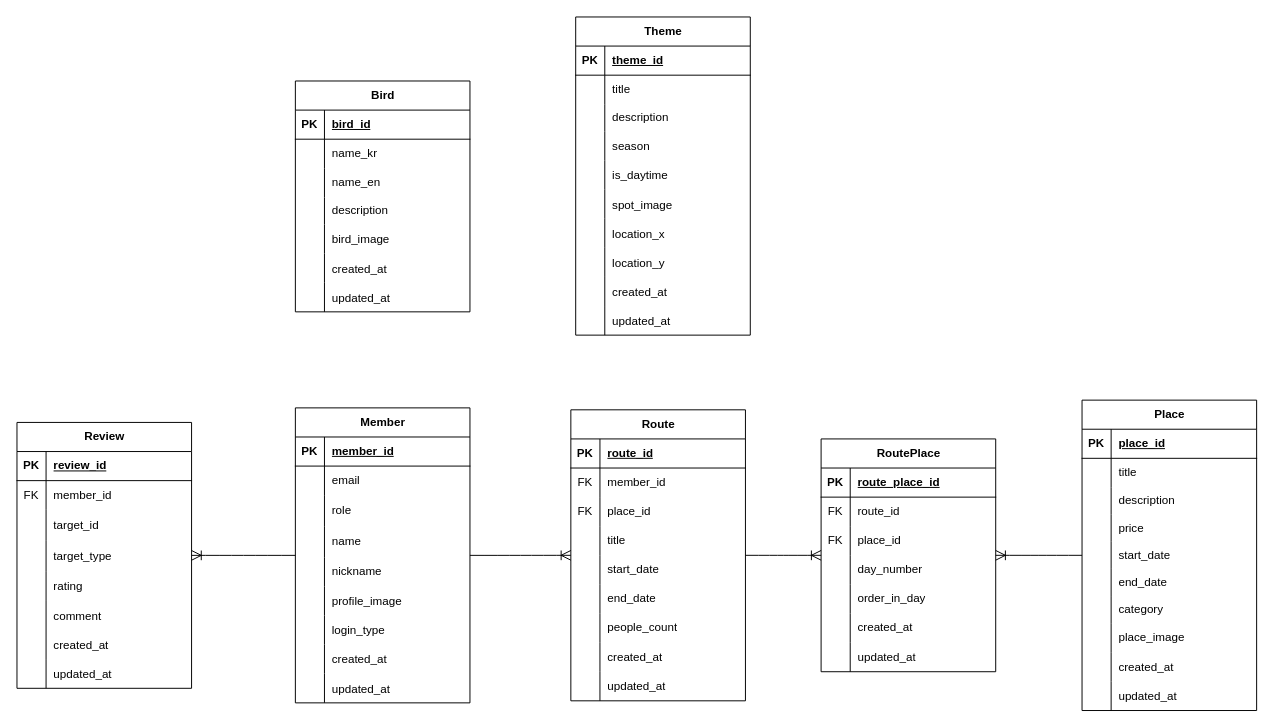
2025-Tourism-Data-Utilization-Contest/ERD keeps this draw.io diagram as ShowingERD.drawio. Above is the earlier version. Source tidied: cells renumbered, new cells numbered last; positions are measured from the earlier drawing's top-left corner, leaving out a move shared by most shapes. Both pictures are drawn from the tidied source at 97%, with x=0, y=0 at pixel (16, 16).
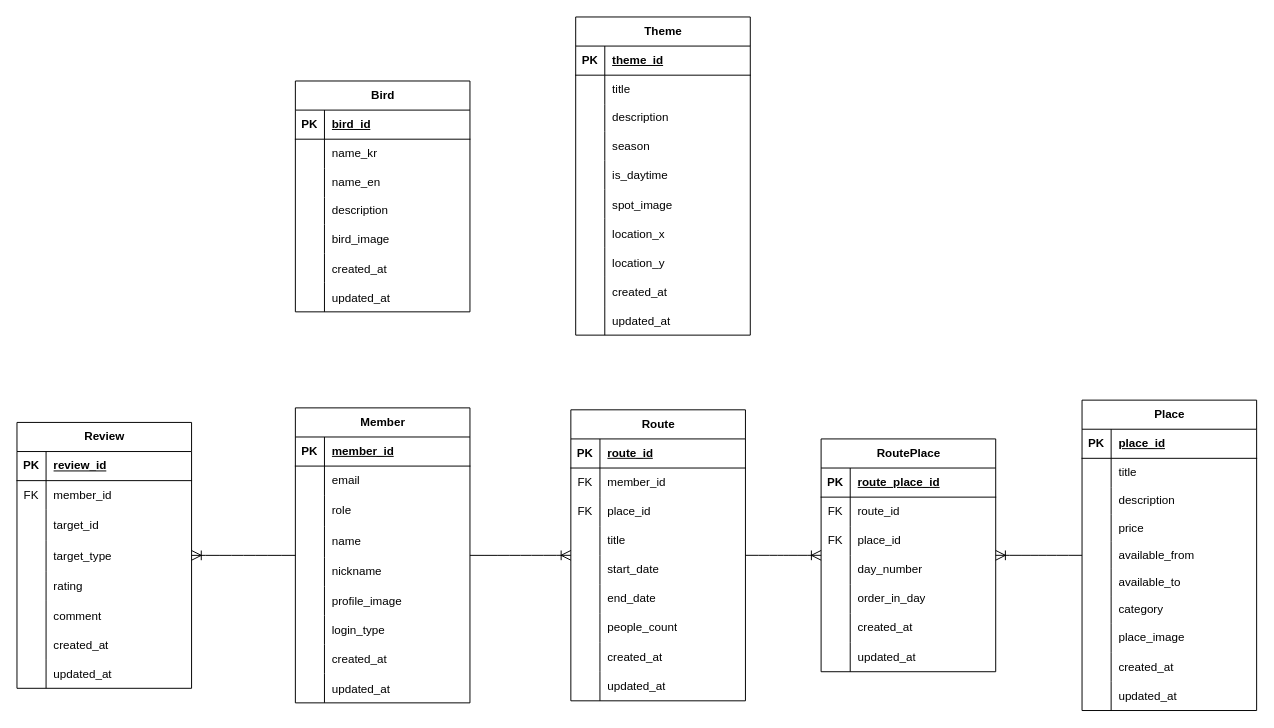
After the change.

Commit message:
docs: 장소 이용 가능일 및 종료일 필드명 변경

Unchanged cells that the change refers to:
```xml
<mxCell id="124" style="shape=tableRow;horizontal=0;startSize=0;swimlaneHead=0;swimlaneBody=0;fillColor=none;top=0;left=0;right=0;bottom=0;" parent="111" vertex="1">
  <mxGeometry y="146" width="180" height="28" as="geometry" />
</mxCell>
<mxCell id="127" style="shape=tableRow;horizontal=0;startSize=0;swimlaneHead=0;swimlaneBody=0;fillColor=none;top=0;left=0;right=0;bottom=0;" parent="111" vertex="1">
  <mxGeometry y="174" width="180" height="28" as="geometry" />
</mxCell>
```

Diff of the diagram source:
```diff
@@
-    <mxCell id="126" value="start_date" style="shape=partialRectangle;fillColor=none;top=0;left=0;bottom=0;right=0;align=left;spacingLeft=6;overflow=hidden;whiteSpace=wrap;html=1;" parent="124" vertex="1">
+    <mxCell id="126" value="available_from" style="shape=partialRectangle;fillColor=none;top=0;left=0;bottom=0;right=0;align=left;spacingLeft=6;overflow=hidden;whiteSpace=wrap;html=1;" parent="124" vertex="1">
       <mxGeometry x="30" width="150" height="28" as="geometry" />
     </mxCell>
@@
-    <mxCell id="129" value="end_date" style="shape=partialRectangle;fillColor=none;top=0;left=0;bottom=0;right=0;align=left;spacingLeft=6;overflow=hidden;whiteSpace=wrap;html=1;" parent="127" vertex="1">
+    <mxCell id="129" value="available_to" style="shape=partialRectangle;fillColor=none;top=0;left=0;bottom=0;right=0;align=left;spacingLeft=6;overflow=hidden;whiteSpace=wrap;html=1;" parent="127" vertex="1">
       <mxGeometry x="30" width="150" height="28" as="geometry" />
     </mxCell>
```
